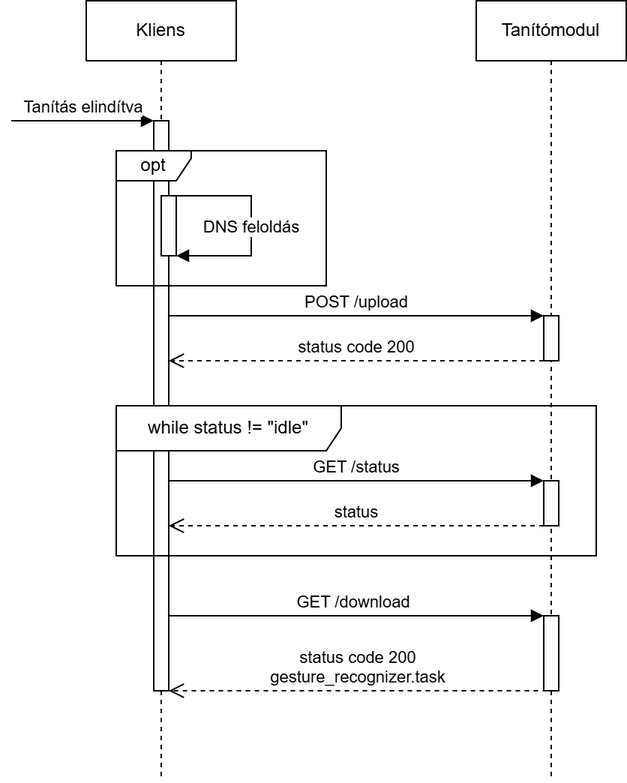
Earlier version of the draw.io export Diagramok/Tanítás szekvenciadiagramja.png (Excal21/GestureBoard). Source tidied: cells renumbered, new cells last; positions are measured from the earlier drawing's top-left corner, leaving out a move shared by most shapes.
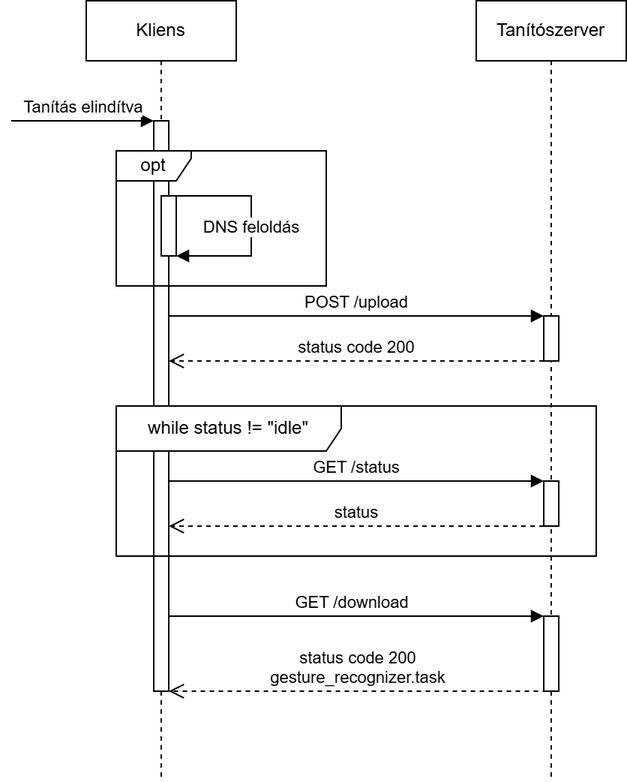
Above is the later version.

Change to the diagram source:
```diff
@@ -53,7 +53,7 @@
         </Array>
       </mxGeometry>
     </mxCell>
-    <mxCell id="11" value="Tanítómodul" style="shape=umlLifeline;perimeter=lifelinePerimeter;whiteSpace=wrap;html=1;newEdgeStyle={&quot;edgeStyle&quot;:&quot;elbowEdgeStyle&quot;,&quot;elbow&quot;:&quot;vertical&quot;,&quot;curved&quot;:0,&quot;rounded&quot;:0};" parent="1" vertex="1">
+    <mxCell id="11" value="Tanítószerver" style="shape=umlLifeline;perimeter=lifelinePerimeter;whiteSpace=wrap;html=1;newEdgeStyle={&quot;edgeStyle&quot;:&quot;elbowEdgeStyle&quot;,&quot;elbow&quot;:&quot;vertical&quot;,&quot;curved&quot;:0,&quot;rounded&quot;:0};" parent="1" vertex="1">
       <mxGeometry x="310" width="100" height="520" as="geometry" />
     </mxCell>
     <mxCell id="12" style="html=1;points=[];perimeter=orthogonalPerimeter;outlineConnect=0;targetShapes=umlLifeline;portConstraint=eastwest;newEdgeStyle={&quot;edgeStyle&quot;:&quot;elbowEdgeStyle&quot;,&quot;elbow&quot;:&quot;vertical&quot;,&quot;curved&quot;:0,&quot;rounded&quot;:0};" parent="11" vertex="1">
```
